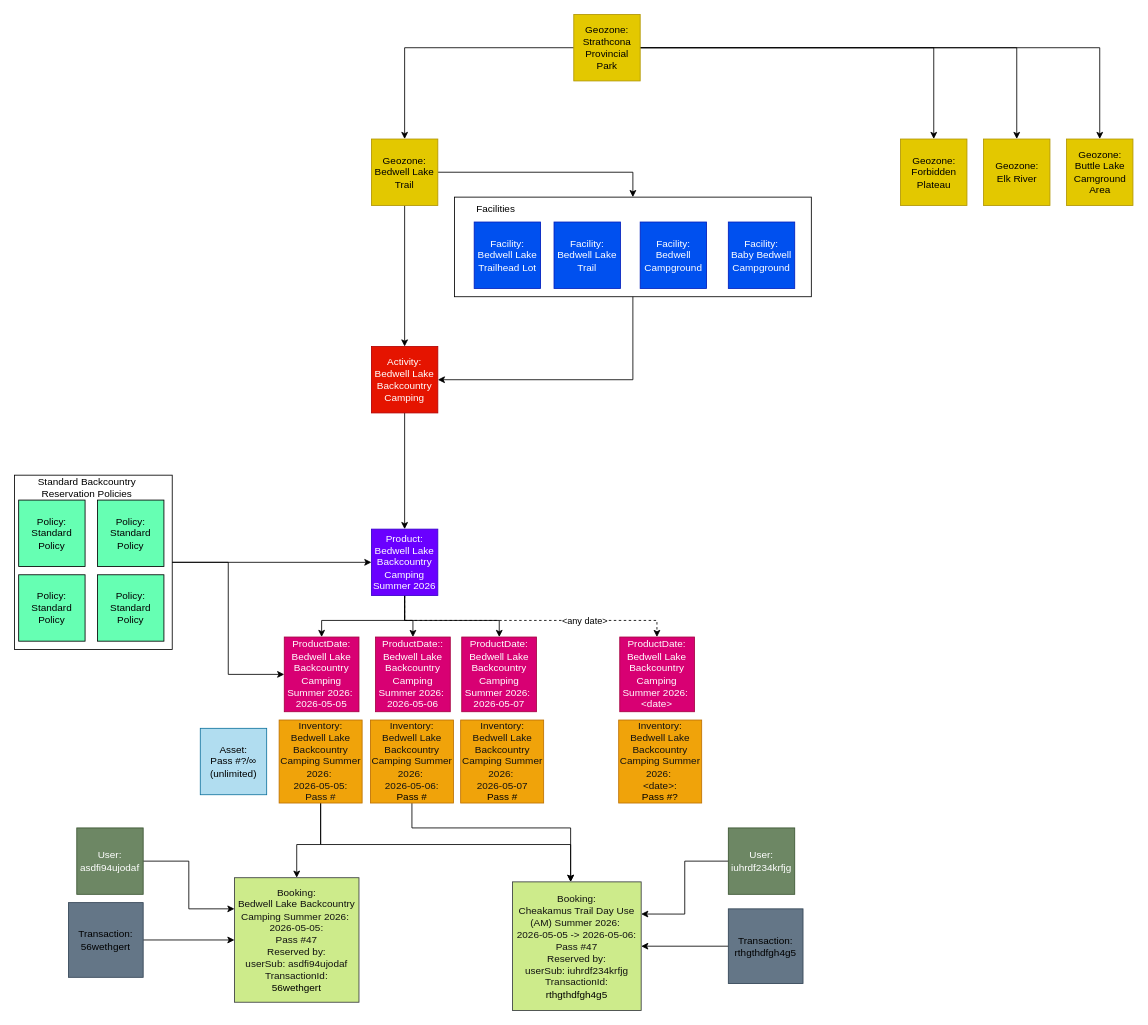
Before: page "Simple Collection 2" (8 of 8) of docs/data-model/reservations_data_model.drawio in bcgov/reserve-rec-api, a draw.io diagram. Source tidied: cells renumbered, new cells numbered last; positions are measured from the earlier drawing's top-left corner, leaving out a move shared by most shapes. Both pictures are drawn from the tidied source at 83%, with x=0, y=0 at pixel (14, 14).
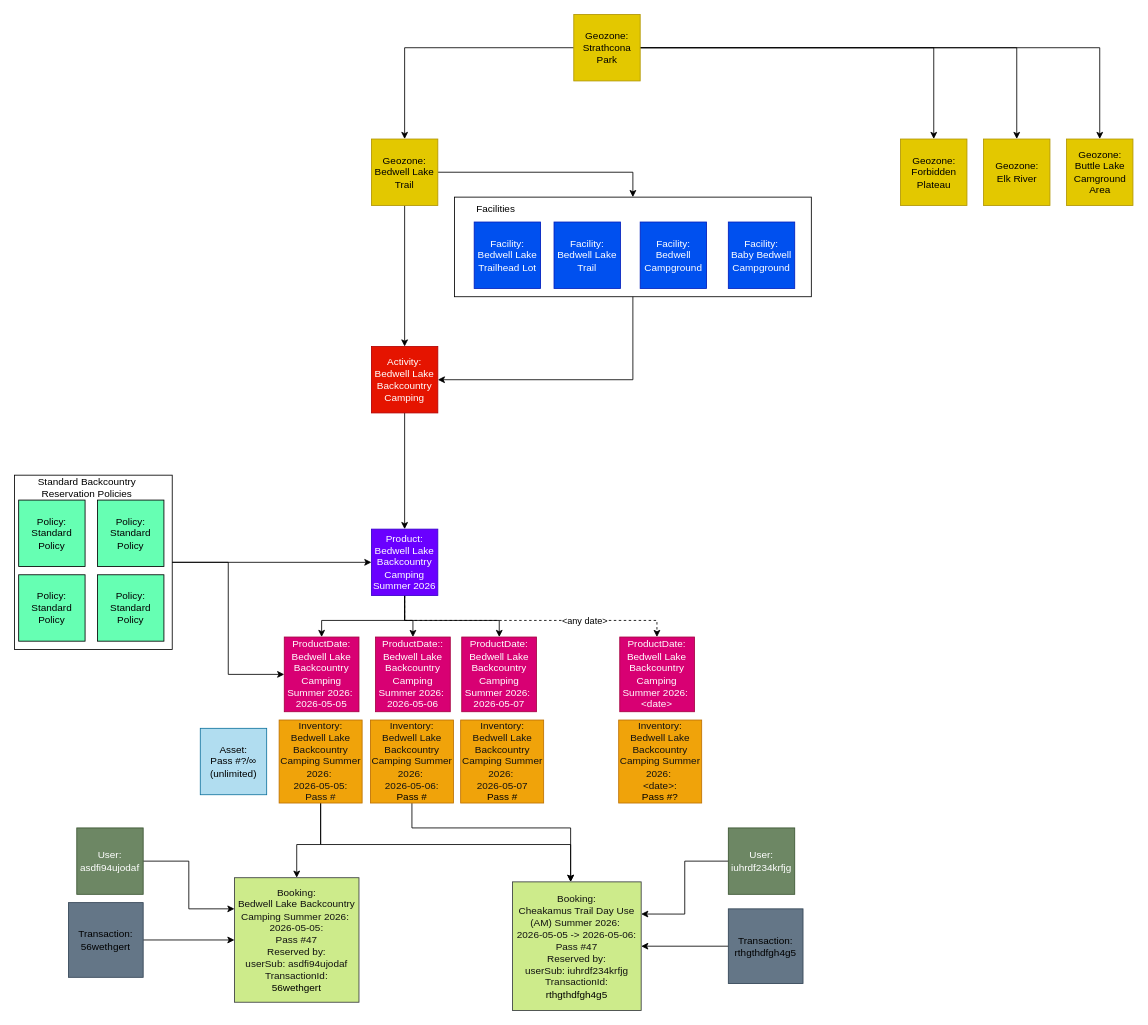
Above is the later version.

Commit message (it also covers changes not shown here):
PRDT-473: remove 'provincial' from park names (#479)

Change to the diagram source:
```diff
@@
-    <mxCell id="9" value="Geozone:&lt;div&gt;Strathcona Provincial Park&lt;/div&gt;" style="whiteSpace=wrap;html=1;fillColor=#e3c800;fontColor=#000000;strokeColor=#B09500;" parent="1" vertex="1">
+    <mxCell id="9" value="Geozone:&lt;div&gt;Strathcona Park&lt;/div&gt;" style="whiteSpace=wrap;html=1;fillColor=#e3c800;fontColor=#000000;strokeColor=#B09500;" parent="1" vertex="1">
       <mxGeometry x="673.8" width="80" height="80" as="geometry" />
     </mxCell>
```
